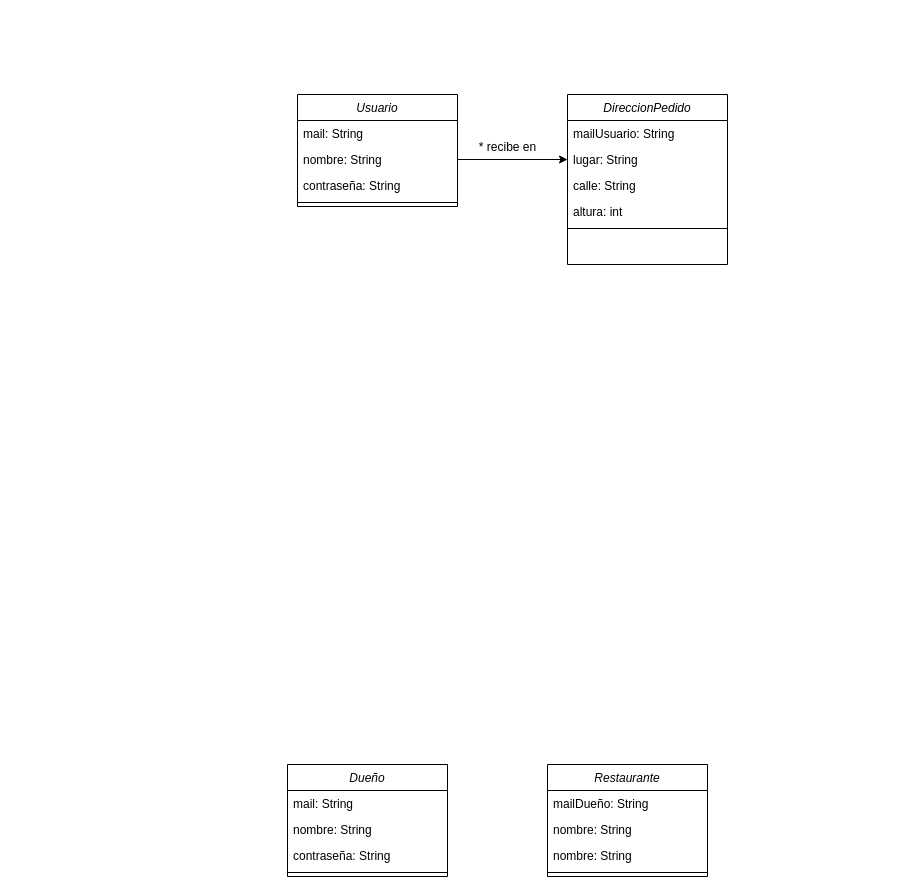
This is UML.drawio from LucasAudisio/PSR2023-AudisioBarrigon-Documentacion, a draw.io file, before an edit. Source tidied: cells renumbered, new cells numbered last; positions are measured from the earlier drawing's top-left corner, leaving out a move shared by most shapes. Both pictures are drawn from the tidied source at 100%, with x=0, y=0 at pixel (287, 94).
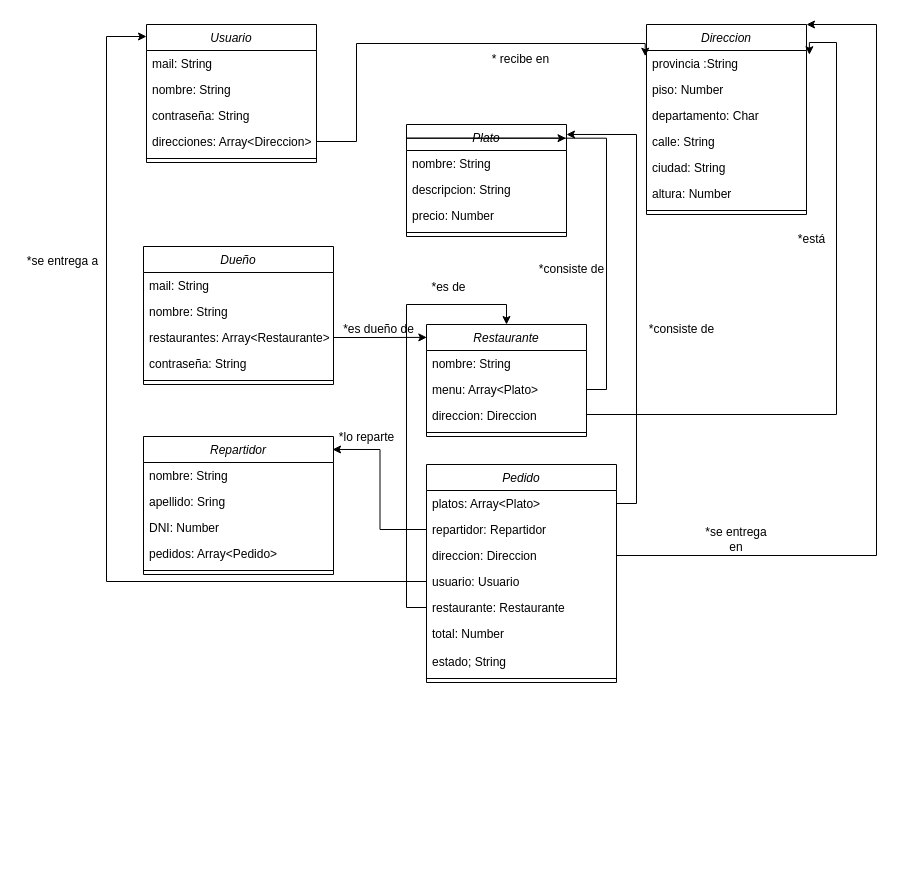
After the change.

Commit message (it also covers changes not shown here):
uml terminado

The edit, as a diff of the source:
```diff
@@
     <mxCell id="2" value="Usuario" style="swimlane;fontStyle=2;align=center;verticalAlign=top;horizontal=1;startSize=26;rounded=0;shadow=0;strokeWidth=1;" parent="1" vertex="1">
-      <mxGeometry x="10" width="160" height="112" as="geometry" />
+      <mxGeometry x="-141" y="-70" width="170" height="138" as="geometry" />
     </mxCell>
-    <mxCell id="3" value="mail: String" style="text;align=left;verticalAlign=top;spacingLeft=4;spacingRight=4;overflow=hidden;" parent="2" vertex="1">
-      <mxGeometry y="26" width="160" height="26" as="geometry" />
-    </mxCell>
-    <mxCell id="4" value="nombre: String" style="text;align=left;verticalAlign=top;spacingLeft=4;spacingRight=4;overflow=hidden;points=[[0,0.5],[1,0.5]];portConstraint=eastwest;rounded=0;shadow=0;html=0;" parent="2" vertex="1">
-      <mxGeometry y="52" width="160" height="26" as="geometry" />
-    </mxCell>
-    <mxCell id="5" value="contraseña: String" style="text;align=left;verticalAlign=top;spacingLeft=4;spacingRight=4;overflow=hidden;rounded=0;shadow=0;html=0;" parent="2" vertex="1">
-      <mxGeometry y="78" width="160" height="26" as="geometry" />
-    </mxCell>
-    <mxCell id="6" style="line;html=1;strokeWidth=1;align=left;verticalAlign=middle;spacingTop=-1;spacingLeft=3;spacingRight=3;labelPosition=right;" parent="2" vertex="1">
-      <mxGeometry y="104" width="160" height="8" as="geometry" />
-    </mxCell>
-    <mxCell id="7" value="DireccionPedido" style="swimlane;fontStyle=2;align=center;verticalAlign=top;horizontal=1;startSize=26;rounded=0;shadow=0;strokeWidth=1;" parent="1" vertex="1">
-      <mxGeometry x="280" width="160" height="170" as="geometry" />
-    </mxCell>
-    <mxCell id="8" value="mailUsuario: String&#10;" style="text;align=left;verticalAlign=top;spacingLeft=4;spacingRight=4;overflow=hidden;rounded=0;shadow=0;html=0;" parent="7" vertex="1">
-      <mxGeometry y="26" width="160" height="26" as="geometry" />
-    </mxCell>
-    <mxCell id="9" value="lugar: String" style="text;align=left;verticalAlign=top;spacingLeft=4;spacingRight=4;overflow=hidden;points=[[0,0.5],[1,0.5]];portConstraint=eastwest;rounded=0;shadow=0;html=0;" parent="7" vertex="1">
-      <mxGeometry y="52" width="160" height="26" as="geometry" />
-    </mxCell>
+    <mxCell id="25" value="mail: String" style="text;align=left;verticalAlign=top;spacingLeft=4;spacingRight=4;overflow=hidden;" parent="2" vertex="1">
+      <mxGeometry y="26" width="170" height="26" as="geometry" />
+    </mxCell>
+    <mxCell id="26" value="nombre: String" style="text;align=left;verticalAlign=top;spacingLeft=4;spacingRight=4;overflow=hidden;rounded=0;shadow=0;html=0;" parent="2" vertex="1">
+      <mxGeometry y="52" width="170" height="26" as="geometry" />
+    </mxCell>
+    <mxCell id="27" value="contraseña: String" style="text;align=left;verticalAlign=top;spacingLeft=4;spacingRight=4;overflow=hidden;rounded=0;shadow=0;html=0;" parent="2" vertex="1">
+      <mxGeometry y="78" width="170" height="26" as="geometry" />
+    </mxCell>
+    <mxCell id="28" value="direcciones: Array&lt;Direccion&gt;" style="text;align=left;verticalAlign=top;spacingLeft=4;spacingRight=4;overflow=hidden;points=[[0,0.5],[1,0.5]];portConstraint=eastwest;rounded=0;shadow=0;html=0;" parent="2" vertex="1">
+      <mxGeometry y="104" width="170" height="26" as="geometry" />
+    </mxCell>
+    <mxCell id="29" style="line;html=1;strokeWidth=1;align=left;verticalAlign=middle;spacingTop=-1;spacingLeft=3;spacingRight=3;labelPosition=right;" parent="2" vertex="1">
+      <mxGeometry y="130" width="170" height="8" as="geometry" />
+    </mxCell>
+    <mxCell id="30" value="Direccion" style="swimlane;fontStyle=2;align=center;verticalAlign=top;horizontal=1;startSize=26;rounded=0;shadow=0;strokeWidth=1;" parent="1" vertex="1">
+      <mxGeometry x="359" y="-70" width="160" height="190" as="geometry" />
+    </mxCell>
+    <mxCell id="31" value="provincia :String" style="text;align=left;verticalAlign=top;spacingLeft=4;spacingRight=4;overflow=hidden;rounded=0;shadow=0;html=0;" parent="30" vertex="1">
+      <mxGeometry y="26" width="160" height="26" as="geometry" />
+    </mxCell>
+    <mxCell id="32" value="piso: Number" style="text;align=left;verticalAlign=top;spacingLeft=4;spacingRight=4;overflow=hidden;rounded=0;shadow=0;html=0;" parent="30" vertex="1">
+      <mxGeometry y="52" width="160" height="26" as="geometry" />
+    </mxCell>
+    <mxCell id="33" value="departamento: Char" style="text;align=left;verticalAlign=top;spacingLeft=4;spacingRight=4;overflow=hidden;rounded=0;shadow=0;html=0;" parent="30" vertex="1">
+      <mxGeometry y="78" width="160" height="26" as="geometry" />
+    </mxCell>
-    <mxCell id="10" value="calle: String" style="text;align=left;verticalAlign=top;spacingLeft=4;spacingRight=4;overflow=hidden;rounded=0;shadow=0;html=0;" parent="7" vertex="1">
-      <mxGeometry y="78" width="160" height="26" as="geometry" />
+    <mxCell id="10" value="calle: String" style="text;align=left;verticalAlign=top;spacingLeft=4;spacingRight=4;overflow=hidden;rounded=0;shadow=0;html=0;" parent="30" vertex="1">
+      <mxGeometry y="104" width="160" height="26" as="geometry" />
     </mxCell>
-    <mxCell id="11" value="altura: int" style="text;align=left;verticalAlign=top;spacingLeft=4;spacingRight=4;overflow=hidden;rounded=0;shadow=0;html=0;" parent="7" vertex="1">
-      <mxGeometry y="104" width="160" height="26" as="geometry" />
-    </mxCell>
-    <mxCell id="12" style="line;html=1;strokeWidth=1;align=left;verticalAlign=middle;spacingTop=-1;spacingLeft=3;spacingRight=3;labelPosition=right;" parent="7" vertex="1">
-      <mxGeometry y="130" width="160" height="8" as="geometry" />
-    </mxCell>
-    <mxCell id="13" style="edgeStyle=orthogonalEdgeStyle;rounded=0;jettySize=auto;html=1;exitX=1;exitY=0.5;exitDx=0;exitDy=0;entryX=0;entryY=0.5;entryDx=0;entryDy=0;" parent="1" edge="1" source="4" target="9">
-      <mxGeometry relative="1" as="geometry" />
-    </mxCell>
+    <mxCell id="34" value="ciudad: String" style="text;align=left;verticalAlign=top;spacingLeft=4;spacingRight=4;overflow=hidden;rounded=0;shadow=0;html=0;" parent="30" vertex="1">
+      <mxGeometry y="130" width="160" height="26" as="geometry" />
+    </mxCell>
+    <mxCell id="35" value="altura: Number" style="text;align=left;verticalAlign=top;spacingLeft=4;spacingRight=4;overflow=hidden;rounded=0;shadow=0;html=0;" parent="30" vertex="1">
+      <mxGeometry y="156" width="160" height="26" as="geometry" />
+    </mxCell>
+    <mxCell id="36" style="line;html=1;strokeWidth=1;align=left;verticalAlign=middle;spacingTop=-1;spacingLeft=3;spacingRight=3;labelPosition=right;" parent="30" vertex="1">
+      <mxGeometry y="182" width="160" height="8" as="geometry" />
+    </mxCell>
+    <mxCell id="37" style="edgeStyle=orthogonalEdgeStyle;rounded=0;jettySize=auto;html=1;exitX=1;exitY=0.5;exitDx=0;exitDy=0;entryX=-0.008;entryY=0.167;entryDx=0;entryDy=0;entryPerimeter=0;" parent="1" edge="1" source="28" target="30">
+      <mxGeometry relative="1" as="geometry">
+        <Array as="points">
+          <mxPoint x="69" y="47" />
+          <mxPoint x="69" y="-51" />
+        </Array>
+      </mxGeometry>
+    </mxCell>
     <mxCell id="14" value="* recibe en" style="text;html=1;align=center;verticalAlign=middle;strokeColor=none;fillColor=none;" parent="1" vertex="1">
-      <mxGeometry x="180" y="38" width="80" height="30" as="geometry" />
+      <mxGeometry x="193" y="-50" width="80" height="30" as="geometry" />
     </mxCell>
     <mxCell id="15" value="Dueño" style="swimlane;fontStyle=2;align=center;verticalAlign=top;horizontal=1;startSize=26;rounded=0;shadow=0;strokeWidth=1;" parent="1" vertex="1">
-      <mxGeometry y="670" width="160" height="112" as="geometry" />
+      <mxGeometry x="-144" y="152" width="190" height="138" as="geometry" />
     </mxCell>
-    <mxCell id="16" value="mail: String" style="text;align=left;verticalAlign=top;spacingLeft=4;spacingRight=4;overflow=hidden;" parent="15" vertex="1">
-      <mxGeometry y="26" width="160" height="26" as="geometry" />
-    </mxCell>
-    <mxCell id="17" value="nombre: String" style="text;align=left;verticalAlign=top;spacingLeft=4;spacingRight=4;overflow=hidden;rounded=0;shadow=0;html=0;" parent="15" vertex="1">
-      <mxGeometry y="52" width="160" height="26" as="geometry" />
-    </mxCell>
-    <mxCell id="18" value="contraseña: String" style="text;align=left;verticalAlign=top;spacingLeft=4;spacingRight=4;overflow=hidden;rounded=0;shadow=0;html=0;" parent="15" vertex="1">
-      <mxGeometry y="78" width="160" height="26" as="geometry" />
-    </mxCell>
-    <mxCell id="19" style="line;html=1;strokeWidth=1;align=left;verticalAlign=middle;spacingTop=-1;spacingLeft=3;spacingRight=3;labelPosition=right;" parent="15" vertex="1">
-      <mxGeometry y="104" width="160" height="8" as="geometry" />
-    </mxCell>
+    <mxCell id="38" value="mail: String" style="text;align=left;verticalAlign=top;spacingLeft=4;spacingRight=4;overflow=hidden;" parent="15" vertex="1">
+      <mxGeometry y="26" width="190" height="26" as="geometry" />
+    </mxCell>
+    <mxCell id="39" value="nombre: String" style="text;align=left;verticalAlign=top;spacingLeft=4;spacingRight=4;overflow=hidden;rounded=0;shadow=0;html=0;" parent="15" vertex="1">
+      <mxGeometry y="52" width="190" height="26" as="geometry" />
+    </mxCell>
+    <mxCell id="40" value="restaurantes: Array&lt;Restaurante&gt;" style="text;align=left;verticalAlign=top;spacingLeft=4;spacingRight=4;overflow=hidden;points=[[0,0.5],[1,0.5]];portConstraint=eastwest;rounded=0;shadow=0;html=0;" parent="15" vertex="1">
+      <mxGeometry y="78" width="190" height="26" as="geometry" />
+    </mxCell>
+    <mxCell id="41" value="contraseña: String" style="text;align=left;verticalAlign=top;spacingLeft=4;spacingRight=4;overflow=hidden;rounded=0;shadow=0;html=0;" parent="15" vertex="1">
+      <mxGeometry y="104" width="190" height="26" as="geometry" />
+    </mxCell>
+    <mxCell id="42" style="line;html=1;strokeWidth=1;align=left;verticalAlign=middle;spacingTop=-1;spacingLeft=3;spacingRight=3;labelPosition=right;" parent="15" vertex="1">
+      <mxGeometry y="130" width="190" height="8" as="geometry" />
+    </mxCell>
     <mxCell id="20" value="Restaurante" style="swimlane;fontStyle=2;align=center;verticalAlign=top;horizontal=1;startSize=26;rounded=0;shadow=0;strokeWidth=1;" parent="1" vertex="1">
-      <mxGeometry x="260" y="670" width="160" height="112" as="geometry" />
+      <mxGeometry x="139" y="230" width="160" height="112" as="geometry" />
     </mxCell>
-    <mxCell id="21" value="mailDueño: String" style="text;align=left;verticalAlign=top;spacingLeft=4;spacingRight=4;overflow=hidden;" parent="20" vertex="1">
-      <mxGeometry y="26" width="160" height="26" as="geometry" />
-    </mxCell>
-    <mxCell id="22" value="nombre: String" style="text;align=left;verticalAlign=top;spacingLeft=4;spacingRight=4;overflow=hidden;rounded=0;shadow=0;html=0;" parent="20" vertex="1">
-      <mxGeometry y="52" width="160" height="26" as="geometry" />
-    </mxCell>
-    <mxCell id="23" value="nombre: String" style="text;align=left;verticalAlign=top;spacingLeft=4;spacingRight=4;overflow=hidden;rounded=0;shadow=0;html=0;" parent="20" vertex="1">
-      <mxGeometry y="78" width="160" height="26" as="geometry" />
-    </mxCell>
-    <mxCell id="24" style="line;html=1;strokeWidth=1;align=left;verticalAlign=middle;spacingTop=-1;spacingLeft=3;spacingRight=3;labelPosition=right;" parent="20" vertex="1">
-      <mxGeometry y="104" width="160" height="8" as="geometry" />
-    </mxCell>
+    <mxCell id="43" value="nombre: String" style="text;align=left;verticalAlign=top;spacingLeft=4;spacingRight=4;overflow=hidden;rounded=0;shadow=0;html=0;" parent="20" vertex="1">
+      <mxGeometry y="26" width="160" height="26" as="geometry" />
+    </mxCell>
+    <mxCell id="44" value="menu: Array&lt;Plato&gt;" style="text;align=left;verticalAlign=top;spacingLeft=4;spacingRight=4;overflow=hidden;points=[[0,0.5],[1,0.5]];portConstraint=eastwest;rounded=0;shadow=0;html=0;" parent="20" vertex="1">
+      <mxGeometry y="52" width="160" height="26" as="geometry" />
+    </mxCell>
+    <mxCell id="45" value="direccion: Direccion" style="text;align=left;verticalAlign=top;spacingLeft=4;spacingRight=4;overflow=hidden;points=[[0,0.5],[1,0.5]];portConstraint=eastwest;rounded=0;shadow=0;html=0;" parent="20" vertex="1">
+      <mxGeometry y="78" width="160" height="26" as="geometry" />
+    </mxCell>
+    <mxCell id="46" style="line;html=1;strokeWidth=1;align=left;verticalAlign=middle;spacingTop=-1;spacingLeft=3;spacingRight=3;labelPosition=right;" parent="20" vertex="1">
+      <mxGeometry y="104" width="160" height="8" as="geometry" />
+    </mxCell>
+    <mxCell id="47" style="edgeStyle=orthogonalEdgeStyle;rounded=0;jettySize=auto;html=1;exitX=1;exitY=0.5;exitDx=0;exitDy=0;entryX=1.018;entryY=0.159;entryDx=0;entryDy=0;entryPerimeter=0;" parent="1" edge="1" source="45" target="30">
+      <mxGeometry relative="1" as="geometry">
+        <Array as="points">
+          <mxPoint x="549" y="320" />
+          <mxPoint x="549" y="-52" />
+        </Array>
+      </mxGeometry>
+    </mxCell>
+    <mxCell id="48" value="*está" style="text;html=1;align=center;verticalAlign=middle;strokeColor=none;fillColor=none;rotation=0;" parent="1" vertex="1">
+      <mxGeometry x="499" y="130" width="50" height="30" as="geometry" />
+    </mxCell>
+    <mxCell id="49" value="Plato" style="swimlane;fontStyle=2;align=center;verticalAlign=top;horizontal=1;startSize=26;rounded=0;shadow=0;strokeWidth=1;" parent="1" vertex="1">
+      <mxGeometry x="119" y="30" width="160" height="112" as="geometry" />
+    </mxCell>
+    <mxCell id="50" value="nombre: String" style="text;align=left;verticalAlign=top;spacingLeft=4;spacingRight=4;overflow=hidden;rounded=0;shadow=0;html=0;" parent="49" vertex="1">
+      <mxGeometry y="26" width="160" height="26" as="geometry" />
+    </mxCell>
+    <mxCell id="51" value="descripcion: String" style="text;align=left;verticalAlign=top;spacingLeft=4;spacingRight=4;overflow=hidden;" parent="49" vertex="1">
+      <mxGeometry y="52" width="160" height="26" as="geometry" />
+    </mxCell>
+    <mxCell id="52" value="precio: Number" style="text;align=left;verticalAlign=top;spacingLeft=4;spacingRight=4;overflow=hidden;rounded=0;shadow=0;html=0;" parent="49" vertex="1">
+      <mxGeometry y="78" width="160" height="26" as="geometry" />
+    </mxCell>
+    <mxCell id="53" style="line;html=1;strokeWidth=1;align=left;verticalAlign=middle;spacingTop=-1;spacingLeft=3;spacingRight=3;labelPosition=right;" parent="49" vertex="1">
+      <mxGeometry y="104" width="160" height="8" as="geometry" />
+    </mxCell>
+    <mxCell id="54" style="edgeStyle=orthogonalEdgeStyle;rounded=0;jettySize=auto;html=1;exitX=1;exitY=0.5;exitDx=0;exitDy=0;entryX=0.997;entryY=0.122;entryDx=0;entryDy=0;entryPerimeter=0;" parent="1" edge="1" source="44" target="49">
+      <mxGeometry relative="1" as="geometry" />
+    </mxCell>
+    <mxCell id="55" value="*consiste de" style="text;html=1;align=center;verticalAlign=middle;strokeColor=none;fillColor=none;rotation=0;" parent="1" vertex="1">
+      <mxGeometry x="349" y="220" width="90" height="30" as="geometry" />
+    </mxCell>
+    <mxCell id="56" style="edgeStyle=orthogonalEdgeStyle;rounded=0;jettySize=auto;html=1;exitX=1;exitY=0.5;exitDx=0;exitDy=0;entryX=0.002;entryY=0.115;entryDx=0;entryDy=0;entryPerimeter=0;" parent="1" edge="1" source="40" target="20">
+      <mxGeometry relative="1" as="geometry" />
+    </mxCell>
+    <mxCell id="57" value="*es dueño de" style="text;html=1;align=center;verticalAlign=middle;strokeColor=none;fillColor=none;" parent="1" vertex="1">
+      <mxGeometry x="46" y="220" width="90" height="30" as="geometry" />
+    </mxCell>
+    <mxCell id="58" value="Repartidor" style="swimlane;fontStyle=2;align=center;verticalAlign=top;horizontal=1;startSize=26;rounded=0;shadow=0;strokeWidth=1;" parent="1" vertex="1">
+      <mxGeometry x="-144" y="342" width="190" height="138" as="geometry" />
+    </mxCell>
+    <mxCell id="59" value="nombre: String" style="text;align=left;verticalAlign=top;spacingLeft=4;spacingRight=4;overflow=hidden;rounded=0;shadow=0;html=0;" parent="58" vertex="1">
+      <mxGeometry y="26" width="190" height="26" as="geometry" />
+    </mxCell>
+    <mxCell id="60" value="apellido: Sring" style="text;align=left;verticalAlign=top;spacingLeft=4;spacingRight=4;overflow=hidden;rounded=0;shadow=0;html=0;" parent="58" vertex="1">
+      <mxGeometry y="52" width="190" height="26" as="geometry" />
+    </mxCell>
+    <mxCell id="61" value="DNI: Number" style="text;align=left;verticalAlign=top;spacingLeft=4;spacingRight=4;overflow=hidden;rounded=0;shadow=0;html=0;" parent="58" vertex="1">
+      <mxGeometry y="78" width="190" height="26" as="geometry" />
+    </mxCell>
+    <mxCell id="62" value="pedidos: Array&lt;Pedido&gt;" style="text;align=left;verticalAlign=top;spacingLeft=4;spacingRight=4;overflow=hidden;rounded=0;shadow=0;html=0;" parent="58" vertex="1">
+      <mxGeometry y="104" width="190" height="26" as="geometry" />
+    </mxCell>
+    <mxCell id="63" style="line;html=1;strokeWidth=1;align=left;verticalAlign=middle;spacingTop=-1;spacingLeft=3;spacingRight=3;labelPosition=right;" parent="58" vertex="1">
+      <mxGeometry y="130" width="190" height="8" as="geometry" />
+    </mxCell>
+    <mxCell id="64" value="Pedido" style="swimlane;fontStyle=2;align=center;verticalAlign=top;horizontal=1;startSize=26;rounded=0;shadow=0;strokeWidth=1;" parent="1" vertex="1">
+      <mxGeometry x="139" y="370" width="190" height="218" as="geometry" />
+    </mxCell>
+    <mxCell id="65" value="platos: Array&lt;Plato&gt;" style="text;align=left;verticalAlign=top;spacingLeft=4;spacingRight=4;overflow=hidden;points=[[0,0.5],[1,0.5]];portConstraint=eastwest;rounded=0;shadow=0;html=0;" parent="64" vertex="1">
+      <mxGeometry y="26" width="190" height="26" as="geometry" />
+    </mxCell>
+    <mxCell id="66" value="repartidor: Repartidor" style="text;align=left;verticalAlign=top;spacingLeft=4;spacingRight=4;overflow=hidden;points=[[0,0.5],[1,0.5]];portConstraint=eastwest;rounded=0;shadow=0;html=0;" parent="64" vertex="1">
+      <mxGeometry y="52" width="190" height="26" as="geometry" />
+    </mxCell>
+    <mxCell id="67" value="direccion: Direccion" style="text;align=left;verticalAlign=top;spacingLeft=4;spacingRight=4;overflow=hidden;points=[[0,0.5],[1,0.5]];portConstraint=eastwest;rounded=0;shadow=0;html=0;" parent="64" vertex="1">
+      <mxGeometry y="78" width="190" height="26" as="geometry" />
+    </mxCell>
+    <mxCell id="68" value="usuario: Usuario" style="text;align=left;verticalAlign=top;spacingLeft=4;spacingRight=4;overflow=hidden;points=[[0,0.5],[1,0.5]];portConstraint=eastwest;rounded=0;shadow=0;html=0;" parent="64" vertex="1">
+      <mxGeometry y="104" width="190" height="26" as="geometry" />
+    </mxCell>
+    <mxCell id="69" value="restaurante: Restaurante" style="text;align=left;verticalAlign=top;spacingLeft=4;spacingRight=4;overflow=hidden;points=[[0,0.5],[1,0.5]];portConstraint=eastwest;rounded=0;shadow=0;html=0;" parent="64" vertex="1">
+      <mxGeometry y="130" width="190" height="26" as="geometry" />
+    </mxCell>
+    <mxCell id="70" value="total: Number&#10;&#10;estado; String&#10;" style="text;align=left;verticalAlign=top;spacingLeft=4;spacingRight=4;overflow=hidden;rounded=0;shadow=0;html=0;" parent="64" vertex="1">
+      <mxGeometry y="156" width="190" height="54" as="geometry" />
+    </mxCell>
+    <mxCell id="71" style="line;html=1;strokeWidth=1;align=left;verticalAlign=middle;spacingTop=-1;spacingLeft=3;spacingRight=3;labelPosition=right;" parent="64" vertex="1">
+      <mxGeometry y="210" width="190" height="8" as="geometry" />
+    </mxCell>
+    <mxCell id="72" style="edgeStyle=orthogonalEdgeStyle;rounded=0;jettySize=auto;html=1;exitX=0;exitY=0.5;exitDx=0;exitDy=0;entryX=0.995;entryY=0.094;entryDx=0;entryDy=0;entryPerimeter=0;" parent="1" edge="1" source="66" target="58">
+      <mxGeometry relative="1" as="geometry" />
+    </mxCell>
+    <mxCell id="73" value="*lo reparte" style="text;html=1;align=center;verticalAlign=middle;strokeColor=none;fillColor=none;" parent="1" vertex="1">
+      <mxGeometry x="39" y="328" width="80" height="30" as="geometry" />
+    </mxCell>
+    <mxCell id="74" style="edgeStyle=orthogonalEdgeStyle;rounded=0;jettySize=auto;html=1;exitX=1;exitY=0.5;exitDx=0;exitDy=0;entryX=1;entryY=0.089;entryDx=0;entryDy=0;entryPerimeter=0;" parent="1" edge="1" source="65" target="49">
+      <mxGeometry relative="1" as="geometry" />
+    </mxCell>
+    <mxCell id="75" value="*consiste de" style="text;html=1;align=center;verticalAlign=middle;strokeColor=none;fillColor=none;rotation=0;" parent="1" vertex="1">
+      <mxGeometry x="239" y="160" width="90" height="30" as="geometry" />
+    </mxCell>
+    <mxCell id="76" style="edgeStyle=orthogonalEdgeStyle;rounded=0;jettySize=auto;html=1;exitX=1;exitY=0.5;exitDx=0;exitDy=0;entryX=1;entryY=0;entryDx=0;entryDy=0;" parent="1" edge="1" source="67" target="30">
+      <mxGeometry relative="1" as="geometry">
+        <Array as="points">
+          <mxPoint x="589" y="461" />
+          <mxPoint x="589" y="-70" />
+        </Array>
+      </mxGeometry>
+    </mxCell>
+    <mxCell id="77" value="*se entrega en" style="text;html=1;strokeColor=none;fillColor=none;align=center;verticalAlign=middle;whiteSpace=wrap;rounded=0;" parent="1" vertex="1">
+      <mxGeometry x="409" y="430" width="80" height="30" as="geometry" />
+    </mxCell>
+    <mxCell id="78" style="edgeStyle=orthogonalEdgeStyle;rounded=0;jettySize=auto;html=1;exitX=0;exitY=0.5;exitDx=0;exitDy=0;entryX=0;entryY=0.087;entryDx=0;entryDy=0;entryPerimeter=0;" parent="1" edge="1" source="68" target="2">
+      <mxGeometry relative="1" as="geometry">
+        <Array as="points">
+          <mxPoint x="-181" y="487" />
+          <mxPoint x="-181" y="-58" />
+        </Array>
+      </mxGeometry>
+    </mxCell>
+    <mxCell id="79" style="edgeStyle=orthogonalEdgeStyle;rounded=0;jettySize=auto;html=1;exitX=0;exitY=0.5;exitDx=0;exitDy=0;entryX=0.5;entryY=0;entryDx=0;entryDy=0;" parent="1" edge="1" source="69" target="20">
+      <mxGeometry relative="1" as="geometry">
+        <Array as="points">
+          <mxPoint x="119" y="513" />
+          <mxPoint x="119" y="210" />
+          <mxPoint x="219" y="210" />
+        </Array>
+      </mxGeometry>
+    </mxCell>
+    <mxCell id="80" value="*es de" style="text;html=1;align=center;verticalAlign=middle;strokeColor=none;fillColor=none;" parent="1" vertex="1">
+      <mxGeometry x="131" y="178" width="60" height="30" as="geometry" />
+    </mxCell>
+    <mxCell id="81" value="*se entrega a" style="text;html=1;align=center;verticalAlign=middle;strokeColor=none;fillColor=none;" parent="1" vertex="1">
+      <mxGeometry x="-270" y="152" width="90" height="30" as="geometry" />
+    </mxCell>
```
